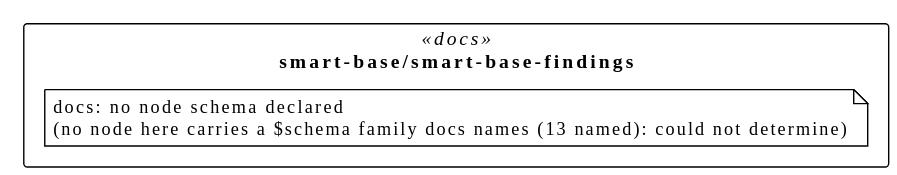
The PlantUML diagram assets/img/uml/overview/smart-base/smart-base-findings.svg in litlfred/smart-trust, before a commit.
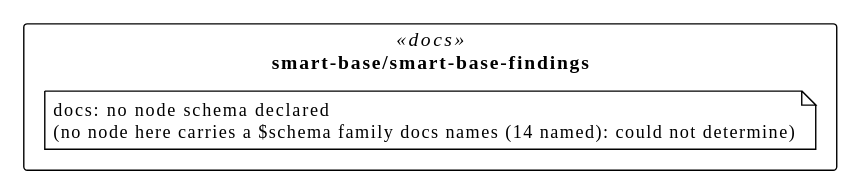
Above is the later version.

Change to the diagram source:
```diff
@@ -7,6 +7,6 @@
 hide empty methods
 
 package "smart-base/smart-base-findings" as pkg_smart_base_smart_base_findings <<docs>> {
-  note "docs: no node schema declared\n(no node here carries a $schema family docs names (13 named): could not determine)" as n_smart_base_smart_base_findings_docs
+  note "docs: no node schema declared\n(no node here carries a $schema family docs names (14 named): could not determine)" as n_smart_base_smart_base_findings_docs
 }
 @enduml
```
